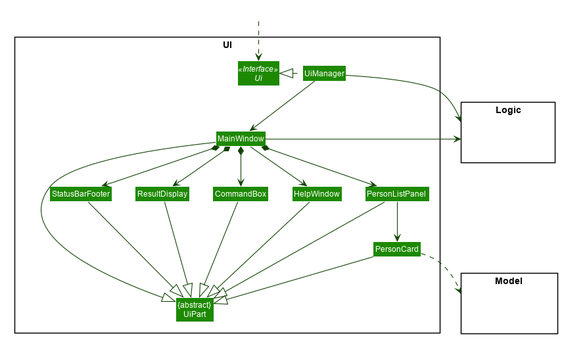
Before: docs/images/UiClassDiagram.png, a diagram exported from PlantUML (nus-cs2103-AY2021S2/tp).
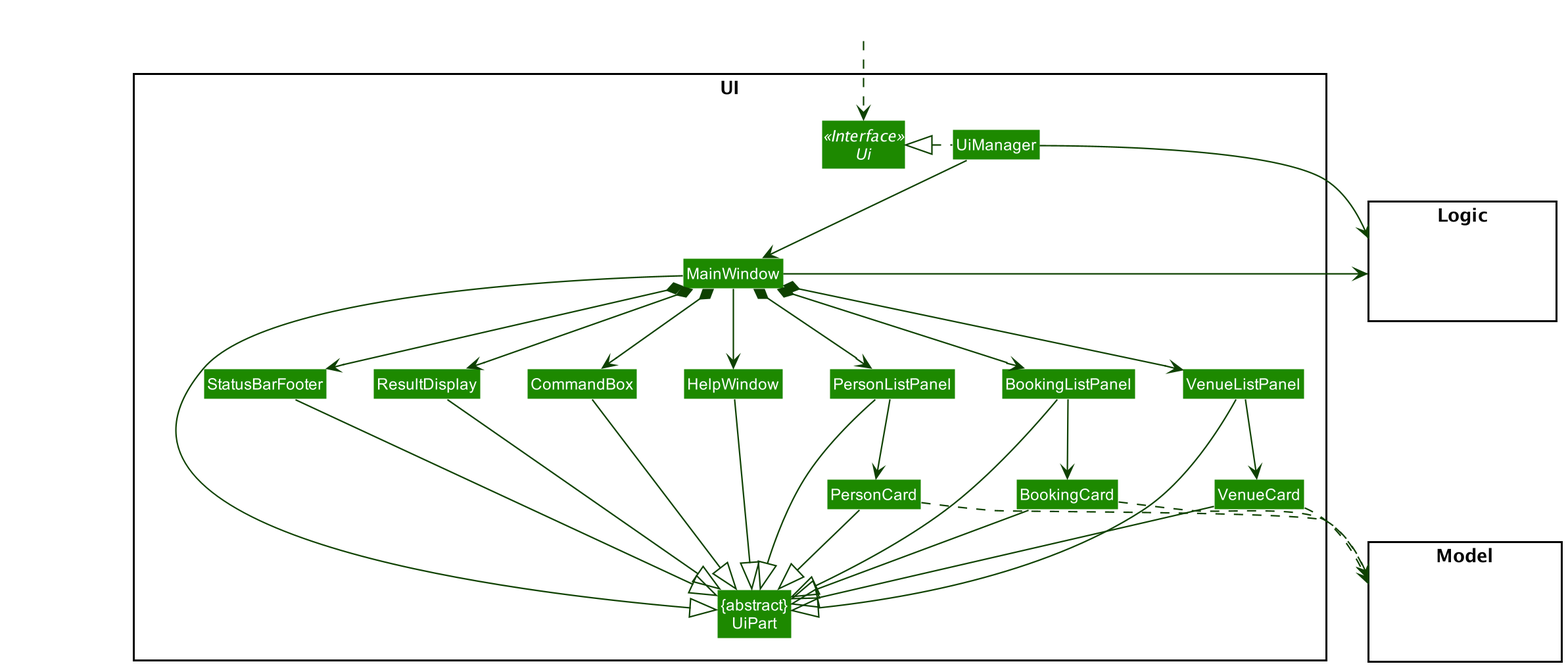
After the change.

What changed in the source:
```diff
@@ -1,55 +1,8 @@
 @startuml
-
-
-
-
-
-
-
-
-skinparam BackgroundColor #FFFFFFF
-
-skinparam Shadowing false
-
-skinparam Class {
-    FontColor #FFFFFF
-    BorderThickness 1
-    BorderColor #FFFFFF
-    StereotypeFontColor #FFFFFF
-    FontName Arial
-}
-
-skinparam Actor {
-    BorderColor #000000
-    Color #000000
-    FontName Arial
-}
-
-skinparam Sequence {
-    MessageAlign center
-    BoxFontSize 15
-    BoxPadding 0
-    BoxFontColor #FFFFFF
-    FontName Arial
-}
-
-skinparam Participant {
-    FontColor #FFFFFFF
-    Padding 20
-}
-
-skinparam MinClassWidth 50
-skinparam ParticipantPadding 10
-skinparam Shadowing false
-skinparam DefaultTextAlignment center
-skinparam packageStyle Rectangle
-
-hide footbox
-hide members
-hide circle
+!include style.puml
 skinparam arrowThickness 1.1
-skinparam arrowColor #0E4100
-skinparam classBackgroundColor #1D8900
+skinparam arrowColor UI_COLOR_T4
+skinparam classBackgroundColor UI_COLOR
 
 package UI <<Rectangle>>{
 Interface Ui <<Interface>>
@@ -60,6 +13,10 @@
 Class ResultDisplay
 Class PersonListPanel
 Class PersonCard
+Class BookingListPanel
+Class BookingCard
+Class VenueListPanel
+Class VenueCard
 Class StatusBarFooter
 Class CommandBox
 }
@@ -81,23 +38,35 @@
 MainWindow *-down-> CommandBox
 MainWindow *-down-> ResultDisplay
 MainWindow *-down-> PersonListPanel
+MainWindow *-down-> BookingListPanel
+MainWindow *-down-> VenueListPanel
 MainWindow *-down-> StatusBarFooter
 
 PersonListPanel -down-> PersonCard
+BookingListPanel -down-> BookingCard
+VenueListPanel -down-> VenueCard
 
 MainWindow -left-|> UiPart
 
 ResultDisplay --|> UiPart
 CommandBox --|> UiPart
 PersonListPanel --|> UiPart
+BookingListPanel --|> UiPart
+VenueListPanel --|> UiPart
 PersonCard --|> UiPart
+BookingCard --|> UiPart
+VenueCard --|> UiPart
 StatusBarFooter --|> UiPart
 HelpWindow -down-|> UiPart
 
 PersonCard ..> Model
+BookingCard ..> Model
+VenueCard ..> Model
 UiManager -right-> Logic
 MainWindow -left-> Logic
 
+VenueListPanel -[hidden]left- BookingListPanel
+BookingListPanel -[hidden]left- PersonListPanel
 PersonListPanel -[hidden]left- HelpWindow
 HelpWindow -[hidden]left- CommandBox
 CommandBox -[hidden]left- ResultDisplay
```
